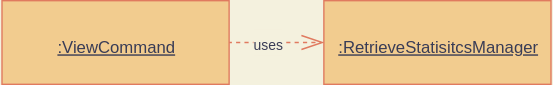
Earlier version of the draw.io export docs/uml/ViewStatistics-2.drawio.svg (nus-cs2113-AY2122S1/tp). Source tidied: cells renumbered, new cells last; positions are measured from the earlier drawing's top-left corner, leaving out a move shared by most shapes.
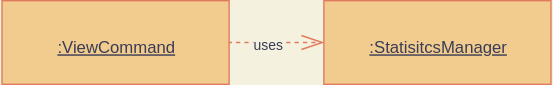
Above is the later version.

Commit message:
Complete developer guide for View Statistics feature.

What changed in the source:
```diff
@@ -10,7 +10,7 @@
         </Array>
       </mxGeometry>
     </mxCell>
-    <mxCell id="3" value="&lt;font face=&quot;Helvetica&quot; style=&quot;font-size: 12px&quot;&gt;&lt;u&gt;:RetrieveStatisitcsManager&lt;/u&gt;&lt;/font&gt;" style="html=1;sketch=0;hachureGap=4;fontFamily=Architects Daughter;fontSource=https%3A%2F%2Ffonts.googleapis.com%2Fcss%3Ffamily%3DArchitects%2BDaughter;fontSize=20;fillColor=#F2CC8F;strokeColor=#E07A5F;fontColor=#393C56;" parent="1" vertex="1">
+    <mxCell id="3" value="&lt;font face=&quot;Helvetica&quot; style=&quot;font-size: 12px&quot;&gt;&lt;u&gt;:StatisitcsManager&lt;/u&gt;&lt;/font&gt;" style="html=1;sketch=0;hachureGap=4;fontFamily=Architects Daughter;fontSource=https%3A%2F%2Ffonts.googleapis.com%2Fcss%3Ffamily%3DArchitects%2BDaughter;fontSize=20;fillColor=#F2CC8F;strokeColor=#E07A5F;fontColor=#393C56;" parent="1" vertex="1">
       <mxGeometry x="231" width="163" height="60" as="geometry" />
     </mxCell>
     <mxCell id="4" value="&lt;font face=&quot;Helvetica&quot; style=&quot;font-size: 12px&quot;&gt;&lt;u&gt;:ViewCommand&lt;/u&gt;&lt;/font&gt;" style="html=1;sketch=0;hachureGap=4;fontFamily=Architects Daughter;fontSource=https%3A%2F%2Ffonts.googleapis.com%2Fcss%3Ffamily%3DArchitects%2BDaughter;fontSize=20;fillColor=#F2CC8F;strokeColor=#E07A5F;fontColor=#393C56;" parent="1" vertex="1">
```
